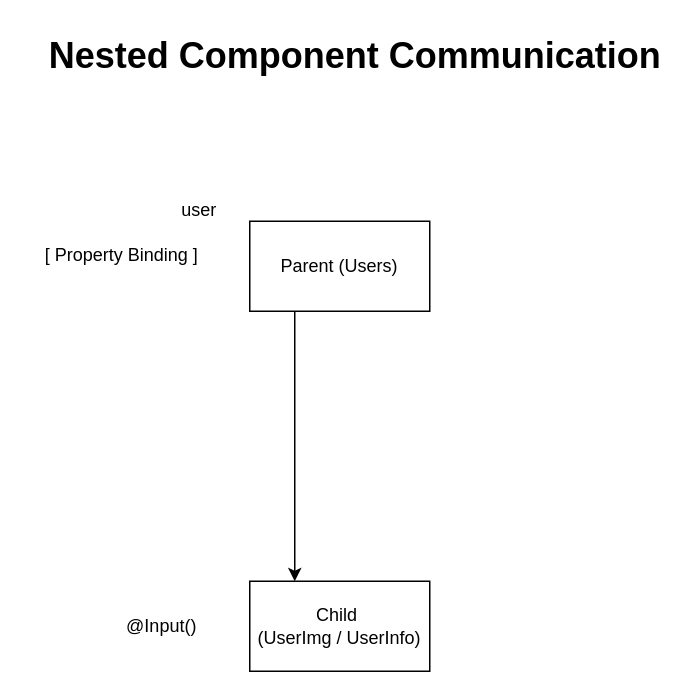
This is page "Page-7" (7 of 7) of ref/ng-diagrams.drawio from synergy2411/jul25-angular, a draw.io file, before an edit. Source tidied: cells renumbered, new cells numbered last; positions are measured from the earlier drawing's top-left corner, leaving out a move shared by most shapes. Both pictures are drawn from the tidied source at 150%, with x=0, y=0 at pixel (26, 26).
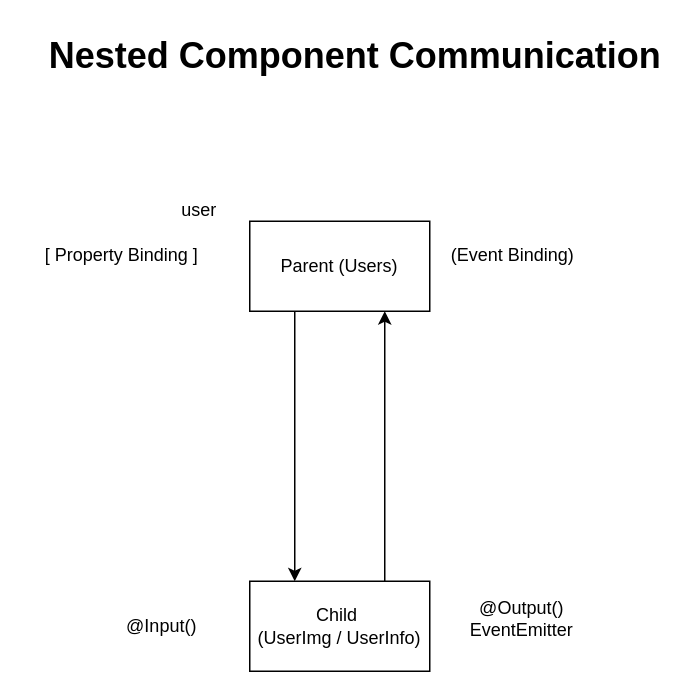
The same diagram, later.

The edit, as a diff of the source:
```diff
@@
 <mxGraphModel>
   <root>
     <mxCell id="0" />
     <mxCell id="1" parent="0" />
     <mxCell id="2" value="Nested Component Communication" style="text;strokeColor=none;fillColor=none;html=1;fontSize=24;fontStyle=1;verticalAlign=middle;align=center;" parent="1" vertex="1">
       <mxGeometry x="169" width="100" height="40" as="geometry" />
     </mxCell>
     <mxCell id="3" style="edgeStyle=orthogonalEdgeStyle;rounded=0;jettySize=auto;html=1;exitX=0.25;exitY=1;exitDx=0;exitDy=0;entryX=0.25;entryY=0;entryDx=0;entryDy=0;" parent="1" edge="1" source="4" target="5">
       <mxGeometry relative="1" as="geometry" />
     </mxCell>
     <mxCell id="4" value="Parent (Users)" style="rounded=0;whiteSpace=wrap;html=1;" parent="1" vertex="1">
       <mxGeometry x="149" y="130" width="120" height="60" as="geometry" />
     </mxCell>
+    <mxCell id="9" style="edgeStyle=orthogonalEdgeStyle;rounded=0;jettySize=auto;html=1;exitX=0.75;exitY=0;exitDx=0;exitDy=0;entryX=0.75;entryY=1;entryDx=0;entryDy=0;" parent="1" edge="1" source="5" target="4">
+      <mxGeometry relative="1" as="geometry" />
+    </mxCell>
     <mxCell id="5" value="Child&amp;nbsp;&lt;div&gt;(UserImg / UserInfo)&lt;/div&gt;" style="rounded=0;whiteSpace=wrap;html=1;" parent="1" vertex="1">
       <mxGeometry x="149" y="370" width="120" height="60" as="geometry" />
     </mxCell>
     <mxCell id="6" value="@Input()" style="text;html=1;align=center;verticalAlign=middle;strokeColor=none;fillColor=none;" parent="1" vertex="1">
       <mxGeometry x="55" y="385" width="70" height="30" as="geometry" />
     </mxCell>
     <mxCell id="7" value="[ Property Binding ]&amp;nbsp;" style="text;html=1;align=center;verticalAlign=middle;strokeColor=none;fillColor=none;" parent="1" vertex="1">
       <mxGeometry y="138" width="130" height="30" as="geometry" />
     </mxCell>
     <mxCell id="8" value="user" style="text;html=1;align=center;verticalAlign=middle;strokeColor=none;fillColor=none;" parent="1" vertex="1">
       <mxGeometry x="90" y="108" width="50" height="30" as="geometry" />
     </mxCell>
+    <mxCell id="10" value="@Output()&lt;div&gt;EventEmitter&lt;/div&gt;" style="text;html=1;align=center;verticalAlign=middle;strokeColor=none;fillColor=none;" parent="1" vertex="1">
+      <mxGeometry x="285" y="375" width="90" height="40" as="geometry" />
+    </mxCell>
+    <mxCell id="11" value="(Event Binding)" style="text;html=1;align=center;verticalAlign=middle;strokeColor=none;fillColor=none;" parent="1" vertex="1">
+      <mxGeometry x="269" y="138" width="110" height="30" as="geometry" />
+    </mxCell>
   </root>
 </mxGraphModel>
```
